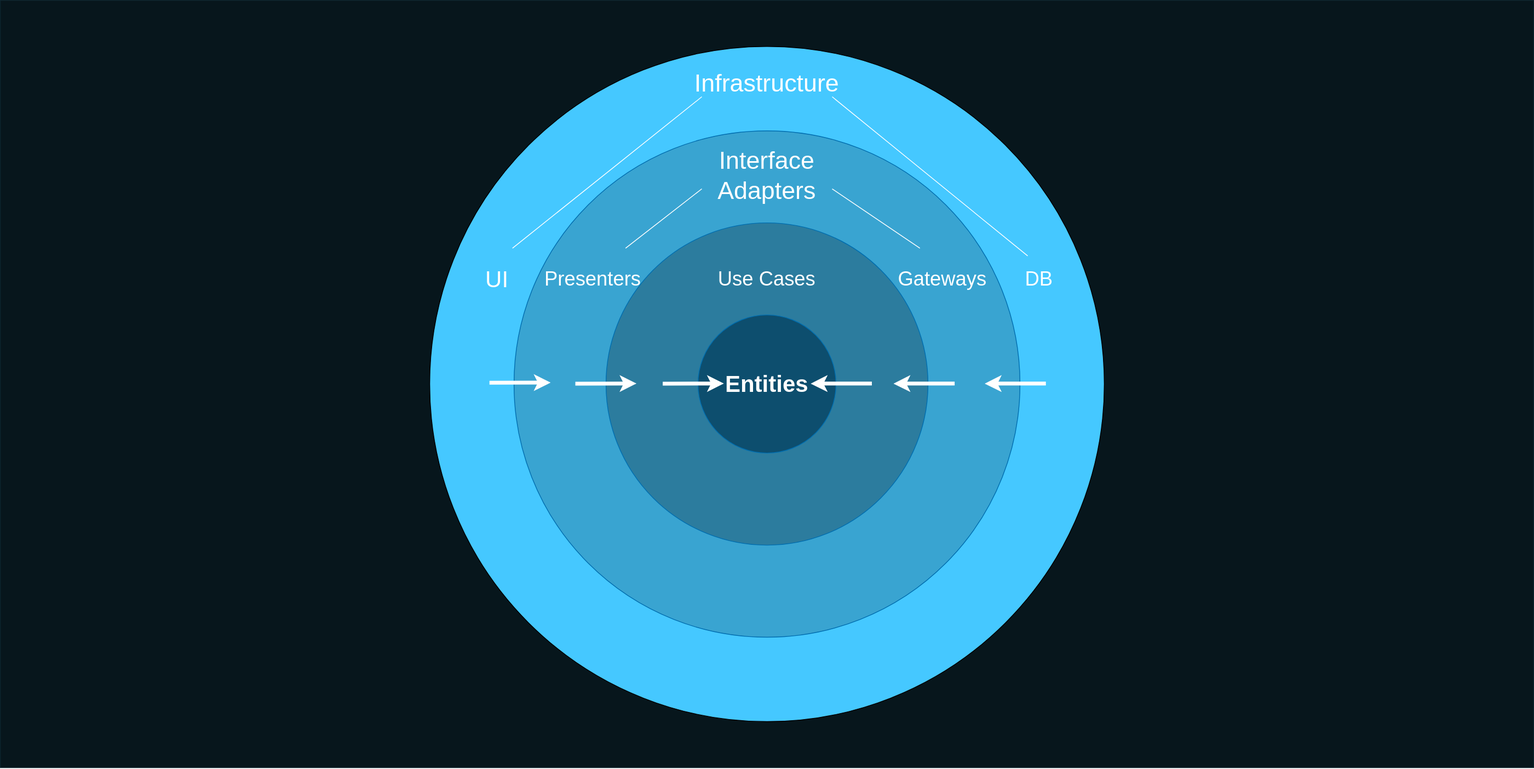
The draw.io diagram deck/ru/diagrams/caLayersUsual.svg in AlexanderLapygin/ca-react-rest-api-starter, before a commit. Source tidied: cells renumbered, new cells last; positions are measured from the earlier drawing's top-left corner, leaving out a move shared by most shapes.
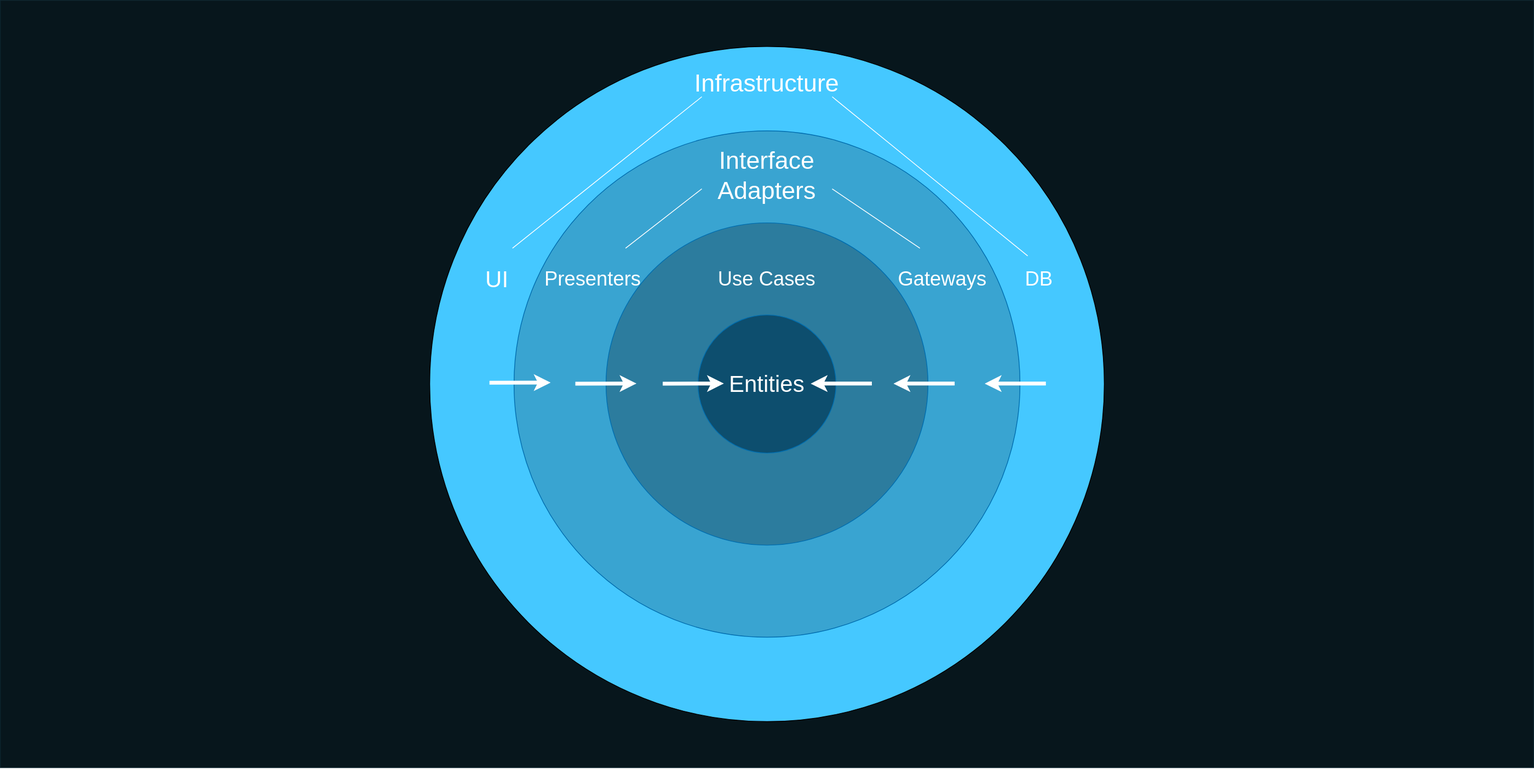
The same diagram one commit later.

Diff of the diagram source:
```diff
@@ -14,7 +14,7 @@
     <mxCell id="5" style="ellipse;whiteSpace=wrap;html=1;fillColor=#2C7C9E;fontSize=30;labelPosition=center;verticalLabelPosition=top;align=center;verticalAlign=bottom;strokeColor=#006EAF;fontColor=#ffffff;" parent="1" vertex="1">
       <mxGeometry x="790" y="289.9" width="420" height="420" as="geometry" />
     </mxCell>
-    <mxCell id="6" value="Entities" style="ellipse;whiteSpace=wrap;html=1;fillColor=#0D4E6E;fontSize=30;fontStyle=1;strokeColor=#006EAF;fontColor=#ffffff;" parent="1" vertex="1">
+    <mxCell id="6" value="&lt;span style=&quot;font-weight: normal&quot;&gt;Entities&lt;/span&gt;" style="ellipse;whiteSpace=wrap;html=1;fillColor=#0D4E6E;fontSize=30;fontStyle=1;strokeColor=#006EAF;fontColor=#ffffff;" parent="1" vertex="1">
       <mxGeometry x="910" y="409.9" width="180" height="180" as="geometry" />
     </mxCell>
     <mxCell id="7" value="Use Cases" style="text;html=1;strokeColor=none;fillColor=none;align=center;verticalAlign=middle;whiteSpace=wrap;rounded=0;fontSize=26;fontStyle=0;fontColor=#FFFFFF;" parent="1" vertex="1">
```
